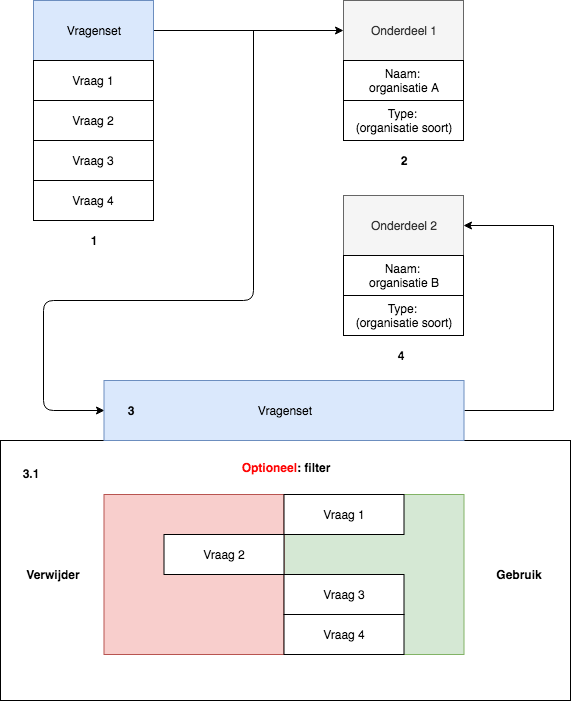
Earlier version of the draw.io export docs/pages/concepten/vragenlijst-duplicatie/content/vragenlijst-concept.png (IIYAMA12/Project-blauwdruk-documentation). Source tidied: cells renumbered, new cells last; positions are measured from the earlier drawing's top-left corner, leaving out a move shared by most shapes.
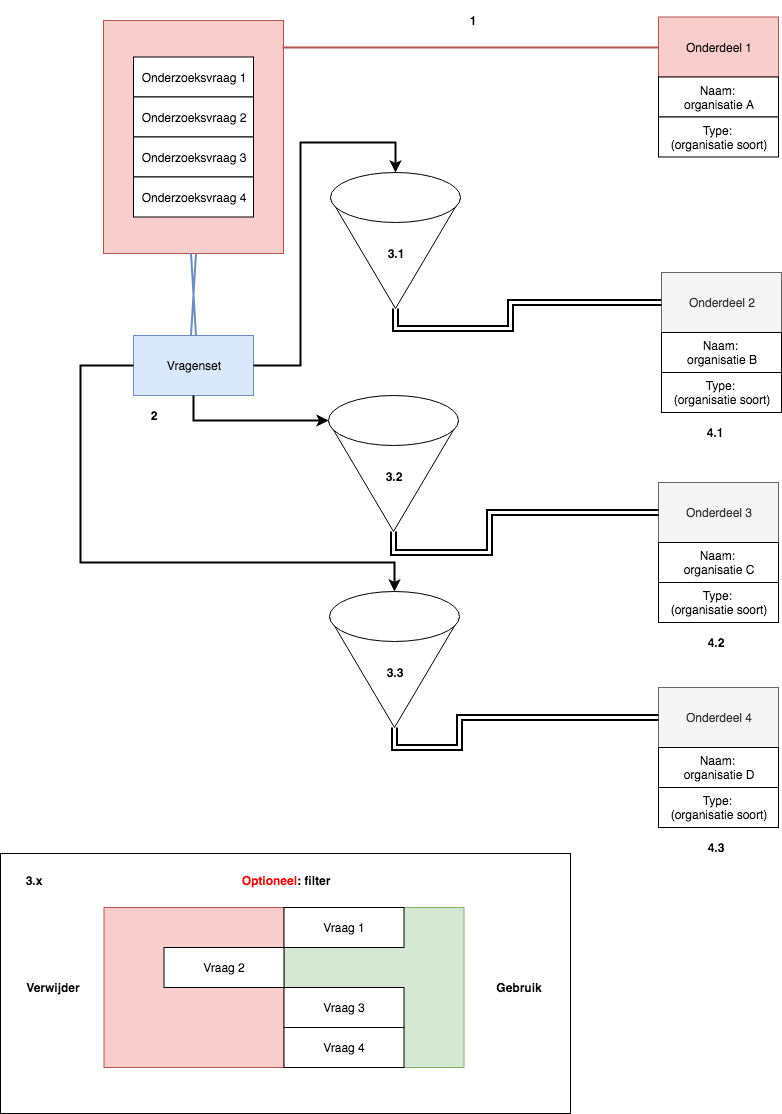
The same file after the commit.

The edit, as a diff of the source:
```diff
@@ -2,107 +2,192 @@
   <root>
     <mxCell id="0" />
     <mxCell id="1" parent="0" />
+    <mxCell id="32" style="rounded=0;whiteSpace=wrap;html=1;fillColor=#f8cecc;strokeColor=#b85450;" parent="1" vertex="1">
+      <mxGeometry x="3" y="-32" width="180" height="233" as="geometry" />
+    </mxCell>
     <mxCell id="2" style="rounded=0;whiteSpace=wrap;html=1;" parent="1" vertex="1">
-      <mxGeometry y="440" width="570" height="260" as="geometry" />
+      <mxGeometry x="-100" y="801" width="570" height="260" as="geometry" />
     </mxCell>
     <mxCell id="3" style="rounded=0;whiteSpace=wrap;html=1;fillColor=#d5e8d4;strokeColor=#82b366;" parent="1" vertex="1">
-      <mxGeometry x="273.5" y="494" width="190" height="160" as="geometry" />
+      <mxGeometry x="173.5" y="855" width="190" height="160" as="geometry" />
     </mxCell>
     <mxCell id="4" style="rounded=0;whiteSpace=wrap;html=1;fillColor=#f8cecc;strokeColor=#b85450;" parent="1" vertex="1">
-      <mxGeometry x="103.5" y="494" width="180" height="160" as="geometry" />
+      <mxGeometry x="3.5" y="855" width="180" height="160" as="geometry" />
     </mxCell>
-    <mxCell id="5" style="edgeStyle=orthogonalEdgeStyle;rounded=0;jettySize=auto;html=1;exitX=1;exitY=0.5;exitDx=0;exitDy=0;entryX=0;entryY=0.5;entryDx=0;entryDy=0;" parent="1" edge="1" source="6" target="11">
-      <mxGeometry relative="1" as="geometry" />
+    <mxCell id="5" style="edgeStyle=orthogonalEdgeStyle;rounded=0;jettySize=auto;html=1;shape=link;fillColor=#dae8fc;strokeColor=#6c8ebf;strokeWidth=2;exitX=0.5;exitY=0;exitDx=0;exitDy=0;" parent="1" edge="1" source="6" target="32">
+      <mxGeometry relative="1" as="geometry">
+        <Array as="points">
+          <mxPoint x="93" y="404" />
+        </Array>
+      </mxGeometry>
     </mxCell>
     <mxCell id="6" value="Vragenset&lt;br&gt;" style="rounded=0;whiteSpace=wrap;html=1;fillColor=#dae8fc;strokeColor=#6c8ebf;" parent="1" vertex="1">
-      <mxGeometry x="33" width="120" height="60" as="geometry" />
+      <mxGeometry x="33" y="283" width="120" height="60" as="geometry" />
     </mxCell>
-    <mxCell id="7" value="Vraag 1" style="rounded=0;whiteSpace=wrap;html=1;" parent="1" vertex="1">
-      <mxGeometry x="33" y="60" width="120" height="40" as="geometry" />
+    <mxCell id="7" value="Onderzoeksvraag 1" style="rounded=0;whiteSpace=wrap;html=1;" parent="1" vertex="1">
+      <mxGeometry x="33" y="4.5" width="120" height="40" as="geometry" />
     </mxCell>
-    <mxCell id="8" value="Vraag 2" style="rounded=0;whiteSpace=wrap;html=1;" parent="1" vertex="1">
-      <mxGeometry x="33" y="100" width="120" height="40" as="geometry" />
+    <mxCell id="8" value="Onderzoeksvraag 2" style="rounded=0;whiteSpace=wrap;html=1;" parent="1" vertex="1">
+      <mxGeometry x="33" y="44.5" width="120" height="40" as="geometry" />
     </mxCell>
-    <mxCell id="9" value="Vraag 3" style="rounded=0;whiteSpace=wrap;html=1;" parent="1" vertex="1">
-      <mxGeometry x="33" y="140" width="120" height="40" as="geometry" />
+    <mxCell id="9" value="Onderzoeksvraag 3" style="rounded=0;whiteSpace=wrap;html=1;" parent="1" vertex="1">
+      <mxGeometry x="33" y="84.5" width="120" height="40" as="geometry" />
     </mxCell>
-    <mxCell id="10" value="Vraag 4" style="rounded=0;whiteSpace=wrap;html=1;" parent="1" vertex="1">
-      <mxGeometry x="33" y="180" width="120" height="40" as="geometry" />
+    <mxCell id="10" value="Onderzoeksvraag 4" style="rounded=0;whiteSpace=wrap;html=1;" parent="1" vertex="1">
+      <mxGeometry x="33" y="124.5" width="120" height="40" as="geometry" />
     </mxCell>
+    <mxCell id="33" style="edgeStyle=orthogonalEdgeStyle;rounded=0;jettySize=auto;html=1;exitX=0;exitY=0.5;exitDx=0;exitDy=0;entryX=0.994;entryY=0.116;entryDx=0;entryDy=0;entryPerimeter=0;strokeWidth=2;fillColor=#f8cecc;strokeColor=#b85450;endArrow=none;endFill=0;" parent="1" edge="1" source="11" target="32">
+      <mxGeometry relative="1" as="geometry" />
+    </mxCell>
-    <mxCell id="11" value="Onderdeel 1&lt;br&gt;" style="rounded=0;whiteSpace=wrap;html=1;fillColor=#f5f5f5;strokeColor=#666666;fontColor=#333333;" parent="1" vertex="1">
-      <mxGeometry x="343" width="120" height="60" as="geometry" />
+    <mxCell id="11" value="Onderdeel 1&lt;br&gt;" style="rounded=0;whiteSpace=wrap;html=1;fillColor=#f8cecc;strokeColor=#b85450;" parent="1" vertex="1">
+      <mxGeometry x="558" y="-35.5" width="120" height="60" as="geometry" />
     </mxCell>
     <mxCell id="12" value="Naam: &lt;br&gt;organisatie A" style="rounded=0;whiteSpace=wrap;html=1;" parent="1" vertex="1">
-      <mxGeometry x="343" y="60" width="120" height="40" as="geometry" />
+      <mxGeometry x="558" y="24.5" width="120" height="40" as="geometry" />
     </mxCell>
     <mxCell id="13" value="Onderdeel 2&lt;br&gt;" style="rounded=0;whiteSpace=wrap;html=1;fillColor=#f5f5f5;strokeColor=#666666;fontColor=#333333;" parent="1" vertex="1">
-      <mxGeometry x="343" y="195" width="120" height="60" as="geometry" />
+      <mxGeometry x="561" y="220" width="120" height="60" as="geometry" />
     </mxCell>
     <mxCell id="14" value="Naam: &lt;br&gt;organisatie B" style="rounded=0;whiteSpace=wrap;html=1;" parent="1" vertex="1">
-      <mxGeometry x="343" y="255" width="120" height="40" as="geometry" />
+      <mxGeometry x="561" y="280" width="120" height="40" as="geometry" />
     </mxCell>
-    <mxCell id="15" style="endArrow=none;html=1;exitX=0;exitY=0.5;exitDx=0;exitDy=0;endFill=0;startArrow=classic;startFill=1;" parent="1" edge="1" source="17">
-      <mxGeometry relative="1" as="geometry">
-        <mxPoint x="253" y="30" as="targetPoint" />
-        <Array as="points">
-          <mxPoint x="43" y="410" />
-          <mxPoint x="43" y="300" />
-          <mxPoint x="253" y="300" />
-        </Array>
-      </mxGeometry>
-    </mxCell>
-    <mxCell id="16" style="edgeStyle=orthogonalEdgeStyle;rounded=0;jettySize=auto;html=1;exitX=1;exitY=0.5;exitDx=0;exitDy=0;entryX=1;entryY=0.5;entryDx=0;entryDy=0;startArrow=none;startFill=0;endArrow=classic;endFill=1;" parent="1" edge="1" source="17" target="13">
-      <mxGeometry relative="1" as="geometry">
-        <Array as="points">
-          <mxPoint x="553" y="410" />
-          <mxPoint x="553" y="225" />
-        </Array>
-      </mxGeometry>
-    </mxCell>
-    <mxCell id="17" value="Vragenset&lt;br&gt;" style="rounded=0;whiteSpace=wrap;html=1;fillColor=#dae8fc;strokeColor=#6c8ebf;" parent="1" vertex="1">
-      <mxGeometry x="103.5" y="380" width="360" height="60" as="geometry" />
-    </mxCell>
     <mxCell id="18" value="Vraag 1" style="rounded=0;whiteSpace=wrap;html=1;" parent="1" vertex="1">
-      <mxGeometry x="283.5" y="494" width="120" height="40" as="geometry" />
+      <mxGeometry x="183.5" y="855" width="120" height="40" as="geometry" />
     </mxCell>
     <mxCell id="19" value="Vraag 2" style="rounded=0;whiteSpace=wrap;html=1;" parent="1" vertex="1">
-      <mxGeometry x="163.5" y="534" width="120" height="40" as="geometry" />
+      <mxGeometry x="63.5" y="895" width="120" height="40" as="geometry" />
     </mxCell>
     <mxCell id="20" value="Vraag 3" style="rounded=0;whiteSpace=wrap;html=1;" parent="1" vertex="1">
-      <mxGeometry x="283.5" y="574" width="120" height="40" as="geometry" />
+      <mxGeometry x="183.5" y="935" width="120" height="40" as="geometry" />
     </mxCell>
     <mxCell id="21" value="Vraag 4" style="rounded=0;whiteSpace=wrap;html=1;" parent="1" vertex="1">
-      <mxGeometry x="283.5" y="614" width="120" height="40" as="geometry" />
+      <mxGeometry x="183.5" y="975" width="120" height="40" as="geometry" />
     </mxCell>
     <mxCell id="22" value="Verwijder" style="text;html=1;strokeColor=none;fillColor=none;align=center;verticalAlign=middle;whiteSpace=wrap;rounded=0;fontStyle=1;" parent="1" vertex="1">
-      <mxGeometry x="33" y="564" width="40" height="20" as="geometry" />
+      <mxGeometry x="-67" y="925" width="40" height="20" as="geometry" />
     </mxCell>
     <mxCell id="23" value="Gebruik" style="text;html=1;strokeColor=none;fillColor=none;align=center;verticalAlign=middle;whiteSpace=wrap;rounded=0;fontStyle=1;" parent="1" vertex="1">
-      <mxGeometry x="499" y="564" width="40" height="20" as="geometry" />
+      <mxGeometry x="399" y="925" width="40" height="20" as="geometry" />
     </mxCell>
     <mxCell id="24" value="Type: &lt;br&gt;(organisatie soort)" style="rounded=0;whiteSpace=wrap;html=1;" parent="1" vertex="1">
-      <mxGeometry x="343" y="100" width="120" height="40" as="geometry" />
+      <mxGeometry x="558" y="64.5" width="120" height="40" as="geometry" />
     </mxCell>
     <mxCell id="25" value="Type: &lt;br&gt;(organisatie soort)" style="rounded=0;whiteSpace=wrap;html=1;" parent="1" vertex="1">
-      <mxGeometry x="343" y="295" width="120" height="40" as="geometry" />
+      <mxGeometry x="561" y="320" width="120" height="40" as="geometry" />
     </mxCell>
     <mxCell id="26" value="&lt;font color=&quot;#ff0505&quot;&gt;Optioneel&lt;/font&gt;: filter" style="text;html=1;strokeColor=none;fillColor=none;align=center;verticalAlign=middle;whiteSpace=wrap;rounded=0;fontStyle=1;" parent="1" vertex="1">
-      <mxGeometry x="110" y="457" width="350" height="20" as="geometry" />
+      <mxGeometry x="10" y="818" width="350" height="20" as="geometry" />
     </mxCell>
-    <mxCell id="27" value="1" style="text;html=1;strokeColor=none;fillColor=none;align=center;verticalAlign=middle;whiteSpace=wrap;rounded=0;fontStyle=1;" parent="1" vertex="1">
-      <mxGeometry x="73" y="220" width="40" height="40" as="geometry" />
-    </mxCell>
+    <mxCell id="34" style="edgeStyle=orthogonalEdgeStyle;rounded=0;jettySize=auto;html=1;exitX=1;exitY=0.5;exitDx=0;exitDy=0;strokeWidth=2;" parent="1" edge="1" source="6" target="55">
+      <mxGeometry relative="1" as="geometry">
+        <Array as="points">
+          <mxPoint x="200" y="313" />
+          <mxPoint x="200" y="90" />
+          <mxPoint x="295" y="90" />
+        </Array>
+      </mxGeometry>
+    </mxCell>
+    <mxCell id="35" style="edgeStyle=orthogonalEdgeStyle;rounded=0;jettySize=auto;html=1;strokeWidth=2;exitX=0.5;exitY=1;exitDx=0;exitDy=0;" parent="1" edge="1" source="6" target="51">
+      <mxGeometry relative="1" as="geometry" />
+    </mxCell>
+    <mxCell id="36" style="edgeStyle=orthogonalEdgeStyle;rounded=0;jettySize=auto;html=1;exitX=0;exitY=0.5;exitDx=0;exitDy=0;strokeWidth=2;" parent="1" edge="1" source="6" target="47">
+      <mxGeometry relative="1" as="geometry">
+        <Array as="points">
+          <mxPoint x="-20" y="313" />
+          <mxPoint x="-20" y="510" />
+          <mxPoint x="294" y="510" />
+        </Array>
+      </mxGeometry>
+    </mxCell>
-    <mxCell id="28" value="2" style="text;html=1;strokeColor=none;fillColor=none;align=center;verticalAlign=middle;whiteSpace=wrap;rounded=0;fontStyle=1;" parent="1" vertex="1">
-      <mxGeometry x="383" y="140" width="40" height="40" as="geometry" />
+    <mxCell id="28" value="1" style="text;html=1;strokeColor=none;fillColor=none;align=center;verticalAlign=middle;whiteSpace=wrap;rounded=0;fontStyle=1;" parent="1" vertex="1">
+      <mxGeometry x="351.5" y="-52" width="40" height="40" as="geometry" />
     </mxCell>
-    <mxCell id="29" value="3" style="text;html=1;strokeColor=none;fillColor=none;align=center;verticalAlign=middle;whiteSpace=wrap;rounded=0;fontStyle=1;" parent="1" vertex="1">
-      <mxGeometry x="110" y="390" width="40" height="40" as="geometry" />
+    <mxCell id="29" value="3.x" style="text;html=1;strokeColor=none;fillColor=none;align=center;verticalAlign=middle;whiteSpace=wrap;rounded=0;fontStyle=1;" parent="1" vertex="1">
+      <mxGeometry x="-87" y="808" width="40" height="40" as="geometry" />
     </mxCell>
+    <mxCell id="31" value="4.1" style="text;html=1;strokeColor=none;fillColor=none;align=center;verticalAlign=middle;whiteSpace=wrap;rounded=0;fontStyle=1;" parent="1" vertex="1">
+      <mxGeometry x="594" y="360" width="40" height="40" as="geometry" />
+    </mxCell>
+    <mxCell id="37" value="Onderdeel 3&lt;br&gt;" style="rounded=0;whiteSpace=wrap;html=1;fillColor=#f5f5f5;strokeColor=#666666;fontColor=#333333;" parent="1" vertex="1">
+      <mxGeometry x="558" y="430" width="120" height="60" as="geometry" />
+    </mxCell>
+    <mxCell id="38" value="Naam: &lt;br&gt;organisatie C" style="rounded=0;whiteSpace=wrap;html=1;" parent="1" vertex="1">
+      <mxGeometry x="558" y="490" width="120" height="40" as="geometry" />
+    </mxCell>
+    <mxCell id="39" value="Type: &lt;br&gt;(organisatie soort)" style="rounded=0;whiteSpace=wrap;html=1;" parent="1" vertex="1">
+      <mxGeometry x="558" y="530" width="120" height="40" as="geometry" />
+    </mxCell>
+    <mxCell id="40" value="4.2" style="text;html=1;strokeColor=none;fillColor=none;align=center;verticalAlign=middle;whiteSpace=wrap;rounded=0;fontStyle=1;" parent="1" vertex="1">
+      <mxGeometry x="595" y="570" width="40" height="40" as="geometry" />
+    </mxCell>
+    <mxCell id="41" value="Onderdeel 4&lt;br&gt;" style="rounded=0;whiteSpace=wrap;html=1;fillColor=#f5f5f5;strokeColor=#666666;fontColor=#333333;" parent="1" vertex="1">
+      <mxGeometry x="558" y="635" width="120" height="60" as="geometry" />
+    </mxCell>
+    <mxCell id="42" value="Naam: &lt;br&gt;organisatie D" style="rounded=0;whiteSpace=wrap;html=1;" parent="1" vertex="1">
+      <mxGeometry x="558" y="695" width="120" height="40" as="geometry" />
+    </mxCell>
+    <mxCell id="43" value="Type: &lt;br&gt;(organisatie soort)" style="rounded=0;whiteSpace=wrap;html=1;" parent="1" vertex="1">
+      <mxGeometry x="558" y="735" width="120" height="40" as="geometry" />
+    </mxCell>
+    <mxCell id="44" value="4.3" style="text;html=1;strokeColor=none;fillColor=none;align=center;verticalAlign=middle;whiteSpace=wrap;rounded=0;fontStyle=1;" parent="1" vertex="1">
+      <mxGeometry x="595" y="775" width="40" height="40" as="geometry" />
+    </mxCell>
+    <mxCell id="45" style="edgeStyle=orthogonalEdgeStyle;shape=link;rounded=0;jettySize=auto;html=1;exitX=1;exitY=0.5;exitDx=0;exitDy=0;strokeWidth=2;" parent="1" edge="1" source="46" target="41">
+      <mxGeometry relative="1" as="geometry">
+        <Array as="points">
+          <mxPoint x="294" y="695" />
+          <mxPoint x="359" y="695" />
+          <mxPoint x="359" y="665" />
+        </Array>
+      </mxGeometry>
+    </mxCell>
+    <mxCell id="46" style="triangle;whiteSpace=wrap;html=1;rotation=90;" parent="1" vertex="1">
+      <mxGeometry x="239" y="555" width="110" height="130" as="geometry" />
+    </mxCell>
+    <mxCell id="47" style="ellipse;whiteSpace=wrap;html=1;" parent="1" vertex="1">
+      <mxGeometry x="229" y="539" width="130" height="50" as="geometry" />
+    </mxCell>
+    <mxCell id="48" value="3.3" style="text;html=1;strokeColor=none;fillColor=none;align=center;verticalAlign=middle;whiteSpace=wrap;rounded=0;fontStyle=1;" parent="1" vertex="1">
+      <mxGeometry x="274" y="600" width="40" height="40" as="geometry" />
+    </mxCell>
+    <mxCell id="49" style="edgeStyle=orthogonalEdgeStyle;shape=link;rounded=0;jettySize=auto;html=1;exitX=1;exitY=0.5;exitDx=0;exitDy=0;strokeWidth=2;" parent="1" edge="1" source="50" target="37">
+      <mxGeometry relative="1" as="geometry">
+        <Array as="points">
+          <mxPoint x="293" y="500" />
+          <mxPoint x="389" y="500" />
+          <mxPoint x="389" y="460" />
+        </Array>
+      </mxGeometry>
+    </mxCell>
+    <mxCell id="50" style="triangle;whiteSpace=wrap;html=1;rotation=90;" parent="1" vertex="1">
+      <mxGeometry x="238" y="359" width="110" height="130" as="geometry" />
+    </mxCell>
+    <mxCell id="51" style="ellipse;whiteSpace=wrap;html=1;" parent="1" vertex="1">
+      <mxGeometry x="228" y="343" width="130" height="50" as="geometry" />
+    </mxCell>
+    <mxCell id="52" value="3.2" style="text;html=1;strokeColor=none;fillColor=none;align=center;verticalAlign=middle;whiteSpace=wrap;rounded=0;fontStyle=1;" parent="1" vertex="1">
+      <mxGeometry x="273" y="404" width="40" height="40" as="geometry" />
+    </mxCell>
+    <mxCell id="53" style="edgeStyle=orthogonalEdgeStyle;shape=link;rounded=0;jettySize=auto;html=1;exitX=1;exitY=0.5;exitDx=0;exitDy=0;strokeWidth=2;" parent="1" edge="1" source="54" target="13">
+      <mxGeometry relative="1" as="geometry">
+        <Array as="points">
+          <mxPoint x="295" y="276" />
+          <mxPoint x="410" y="276" />
+          <mxPoint x="410" y="250" />
+        </Array>
+      </mxGeometry>
+    </mxCell>
+    <mxCell id="54" style="triangle;whiteSpace=wrap;html=1;rotation=90;" parent="1" vertex="1">
+      <mxGeometry x="240" y="136" width="110" height="130" as="geometry" />
+    </mxCell>
+    <mxCell id="55" style="ellipse;whiteSpace=wrap;html=1;" parent="1" vertex="1">
+      <mxGeometry x="230" y="120" width="130" height="50" as="geometry" />
+    </mxCell>
     <mxCell id="30" value="3.1" style="text;html=1;strokeColor=none;fillColor=none;align=center;verticalAlign=middle;whiteSpace=wrap;rounded=0;fontStyle=1;" parent="1" vertex="1">
-      <mxGeometry x="10" y="453" width="40" height="40" as="geometry" />
+      <mxGeometry x="275" y="181" width="40" height="40" as="geometry" />
     </mxCell>
-    <mxCell id="31" value="4" style="text;html=1;strokeColor=none;fillColor=none;align=center;verticalAlign=middle;whiteSpace=wrap;rounded=0;fontStyle=1;" parent="1" vertex="1">
-      <mxGeometry x="380" y="335" width="40" height="40" as="geometry" />
-    </mxCell>
+    <mxCell id="56" value="2" style="text;html=1;strokeColor=none;fillColor=none;align=center;verticalAlign=middle;whiteSpace=wrap;rounded=0;fontStyle=1;" parent="1" vertex="1">
+      <mxGeometry x="33" y="343" width="40" height="40" as="geometry" />
+    </mxCell>
   </root>
 </mxGraphModel>
```
